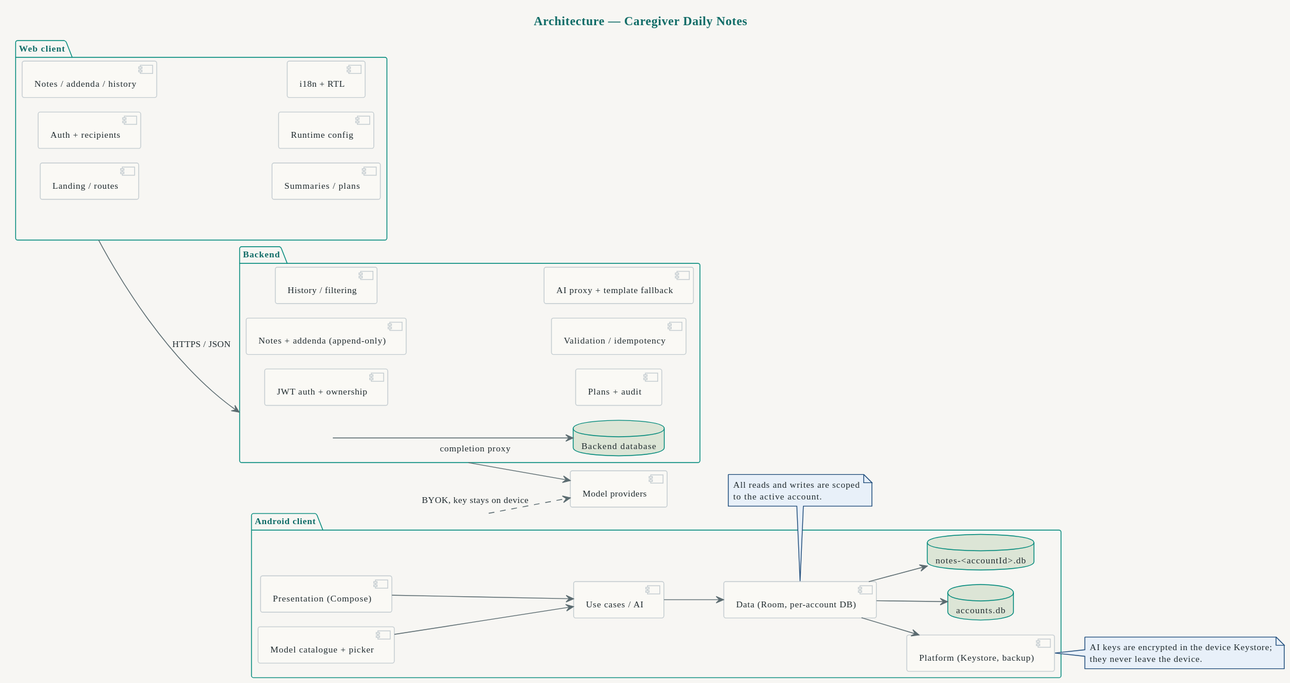
Before: docs/diagrams/architecture/02-architecture.svg, a diagram exported from PlantUML (alaa157/caregiver-daily-notes).
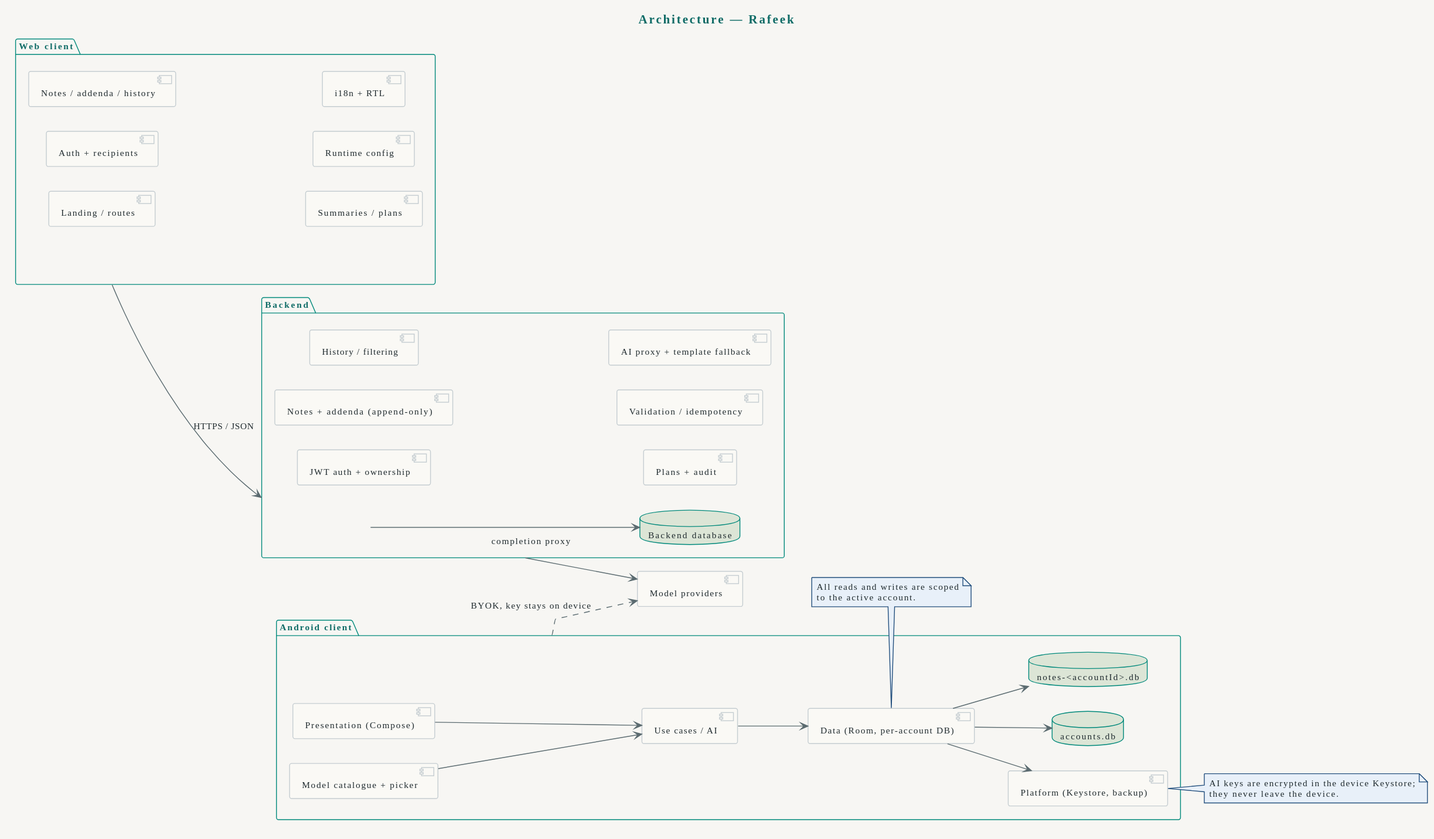
Later version of the same file.

The edit, as a diff of the source:
```diff
@@ -5,7 +5,7 @@
 skinparam fontName "IBM Plex Sans"
 skinparam fontSize 11
 skinparam shadowing false
-skinparam handwritten false
+!option handwritten false
 skinparam linetype ortho
 skinparam nodesep 30
 skinparam ranksep 40
@@ -104,7 +104,7 @@
   FontColor #1F2A2E
 }
 
-title Architecture — Caregiver Daily Notes
+title Architecture — Rafeek
 
 left to right direction
 
```
